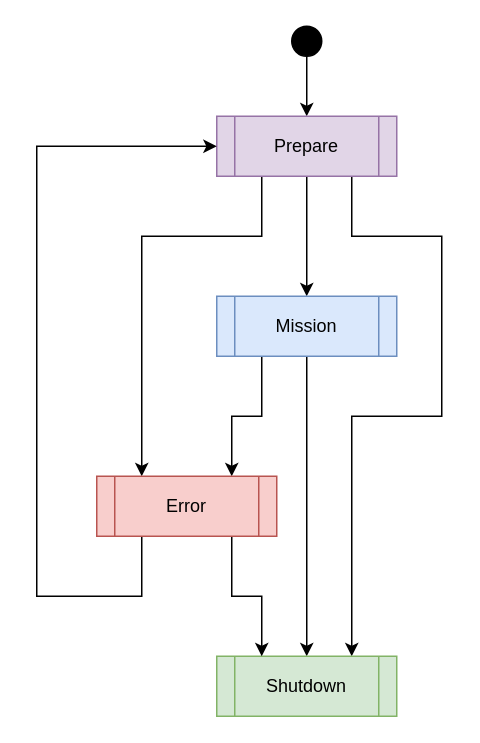
carlosrijo9/ISEP keeps this draw.io diagram as page "MDU_MAIN" (2 of 10) of MESCC/2nd_year/2nd_semester/system_diagram.drawio. Above is the earlier version. Source tidied: cells renumbered, new cells numbered last; positions are measured from the earlier drawing's top-left corner, leaving out a move shared by most shapes. Both pictures are drawn from the tidied source at 150%, with x=0, y=0 at pixel (36, 26).
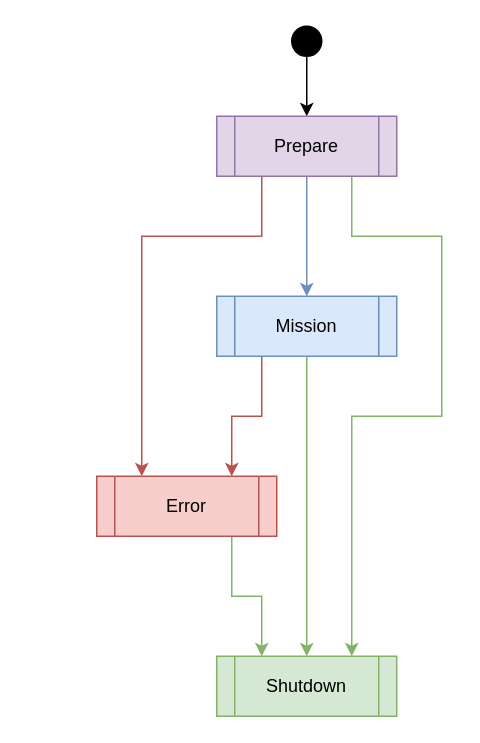
The same page after the edit.

The change refers to these unchanged cells:
```xml
<mxCell id="10" value="Mission" style="shape=process;whiteSpace=wrap;html=1;backgroundOutline=1;fillColor=#dae8fc;strokeColor=#6c8ebf;" parent="1" vertex="1">
  <mxGeometry x="120" y="180" width="120" height="40" as="geometry" />
</mxCell>
```

Diff of the diagram source:
```diff
@@
-    <mxCell id="4" style="edgeStyle=orthogonalEdgeStyle;rounded=0;jettySize=auto;html=1;exitX=0.25;exitY=1;exitDx=0;exitDy=0;entryX=0.25;entryY=0;entryDx=0;entryDy=0;" parent="1" edge="1" source="7" target="14">
+    <mxCell id="4" style="edgeStyle=orthogonalEdgeStyle;rounded=0;jettySize=auto;html=1;exitX=0.25;exitY=1;exitDx=0;exitDy=0;entryX=0.25;entryY=0;entryDx=0;entryDy=0;strokeColor=#B85450;" parent="1" edge="1" source="7" target="14">
       <mxGeometry relative="1" as="geometry">
         <Array as="points">
           <mxPoint x="150" y="140" />
           <mxPoint x="70" y="140" />
         </Array>
       </mxGeometry>
     </mxCell>
-    <mxCell id="5" style="edgeStyle=orthogonalEdgeStyle;rounded=0;jettySize=auto;html=1;exitX=0.5;exitY=1;exitDx=0;exitDy=0;entryX=0.5;entryY=0;entryDx=0;entryDy=0;" parent="1" edge="1" source="7" target="10">
+    <mxCell id="5" style="edgeStyle=orthogonalEdgeStyle;rounded=0;jettySize=auto;html=1;exitX=0.5;exitY=1;exitDx=0;exitDy=0;entryX=0.5;entryY=0;entryDx=0;entryDy=0;strokeColor=#6C8EBF;" parent="1" edge="1" source="7" target="10">
       <mxGeometry relative="1" as="geometry" />
     </mxCell>
-    <mxCell id="6" style="edgeStyle=orthogonalEdgeStyle;rounded=0;jettySize=auto;html=1;exitX=0.75;exitY=1;exitDx=0;exitDy=0;entryX=0.75;entryY=0;entryDx=0;entryDy=0;" parent="1" edge="1" source="7" target="11">
+    <mxCell id="6" style="edgeStyle=orthogonalEdgeStyle;rounded=0;jettySize=auto;html=1;exitX=0.75;exitY=1;exitDx=0;exitDy=0;entryX=0.75;entryY=0;entryDx=0;entryDy=0;strokeColor=#82B366;" parent="1" edge="1" source="7" target="11">
       <mxGeometry relative="1" as="geometry">
         <Array as="points">
           <mxPoint x="210" y="140" />
           <mxPoint x="270" y="140" />
           <mxPoint x="270" y="260" />
           <mxPoint x="210" y="260" />
         </Array>
       </mxGeometry>
     </mxCell>
-    <mxCell id="7" value="Prepare" style="shape=process;whiteSpace=wrap;html=1;backgroundOutline=1;fillColor=#e1d5e7;strokeColor=#9673a6;" parent="1" vertex="1">
+    <mxCell id="7" value="Prepare" style="shape=process;whiteSpace=wrap;html=1;backgroundOutline=1;fillColor=#e1d5e7;strokeColor=#9673A6;" parent="1" vertex="1">
       <mxGeometry x="120" y="60" width="120" height="40" as="geometry" />
     </mxCell>
-    <mxCell id="8" style="edgeStyle=orthogonalEdgeStyle;rounded=0;jettySize=auto;html=1;entryX=0.75;entryY=0;entryDx=0;entryDy=0;exitX=0.25;exitY=1;exitDx=0;exitDy=0;" parent="1" edge="1" source="10" target="14">
+    <mxCell id="8" style="edgeStyle=orthogonalEdgeStyle;rounded=0;jettySize=auto;html=1;entryX=0.75;entryY=0;entryDx=0;entryDy=0;exitX=0.25;exitY=1;exitDx=0;exitDy=0;strokeColor=#B85450;" parent="1" edge="1" source="10" target="14">
       <mxGeometry relative="1" as="geometry" />
     </mxCell>
-    <mxCell id="9" style="edgeStyle=orthogonalEdgeStyle;rounded=0;jettySize=auto;html=1;entryX=0.5;entryY=0;entryDx=0;entryDy=0;" parent="1" edge="1" source="10" target="11">
+    <mxCell id="9" style="edgeStyle=orthogonalEdgeStyle;rounded=0;jettySize=auto;html=1;entryX=0.5;entryY=0;entryDx=0;entryDy=0;strokeColor=#82B366;" parent="1" edge="1" source="10" target="11">
       <mxGeometry relative="1" as="geometry" />
     </mxCell>
@@
-    <mxCell id="11" value="Shutdown" style="shape=process;whiteSpace=wrap;html=1;backgroundOutline=1;fillColor=#d5e8d4;strokeColor=#82b366;" parent="1" vertex="1">
+    <mxCell id="11" value="Shutdown" style="shape=process;whiteSpace=wrap;html=1;backgroundOutline=1;fillColor=#d5e8d4;strokeColor=#82B366;" parent="1" vertex="1">
       <mxGeometry x="120" y="420" width="120" height="40" as="geometry" />
     </mxCell>
-    <mxCell id="12" style="edgeStyle=orthogonalEdgeStyle;rounded=0;jettySize=auto;html=1;exitX=0.25;exitY=1;exitDx=0;exitDy=0;entryX=0;entryY=0.5;entryDx=0;entryDy=0;" parent="1" edge="1" source="14" target="7">
-      <mxGeometry relative="1" as="geometry">
-        <Array as="points">
-          <mxPoint x="70" y="380" />
-          <mxPoint y="380" />
-          <mxPoint y="80" />
-        </Array>
-      </mxGeometry>
-    </mxCell>
-    <mxCell id="13" style="edgeStyle=orthogonalEdgeStyle;rounded=0;jettySize=auto;html=1;exitX=0.75;exitY=1;exitDx=0;exitDy=0;entryX=0.25;entryY=0;entryDx=0;entryDy=0;" parent="1" edge="1" source="14" target="11">
+    <mxCell id="13" style="edgeStyle=orthogonalEdgeStyle;rounded=0;jettySize=auto;html=1;exitX=0.75;exitY=1;exitDx=0;exitDy=0;entryX=0.25;entryY=0;entryDx=0;entryDy=0;strokeColor=#82B366;" parent="1" edge="1" source="14" target="11">
       <mxGeometry relative="1" as="geometry">
         <Array as="points">
           <mxPoint x="130" y="380" />
           <mxPoint x="150" y="380" />
         </Array>
       </mxGeometry>
     </mxCell>
-    <mxCell id="14" value="Error" style="shape=process;whiteSpace=wrap;html=1;backgroundOutline=1;fillColor=#f8cecc;strokeColor=#b85450;" parent="1" vertex="1">
+    <mxCell id="14" value="Error" style="shape=process;whiteSpace=wrap;html=1;backgroundOutline=1;fillColor=#f8cecc;strokeColor=#B85450;" parent="1" vertex="1">
       <mxGeometry x="40" y="300" width="120" height="40" as="geometry" />
     </mxCell>
```
